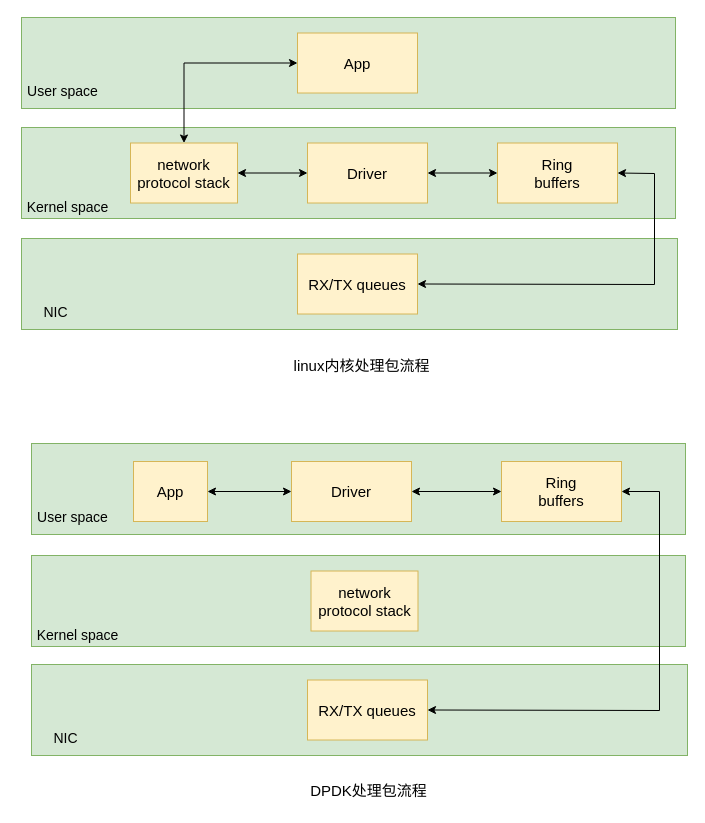
This is dpdk.drawio from imoceanking/drawio, a draw.io file, before an edit. Source tidied: cells renumbered, new cells numbered last; positions are measured from the earlier drawing's top-left corner, leaving out a move shared by most shapes. Both pictures are drawn from the tidied source at 100%, with x=0, y=0 at pixel (17, 17).
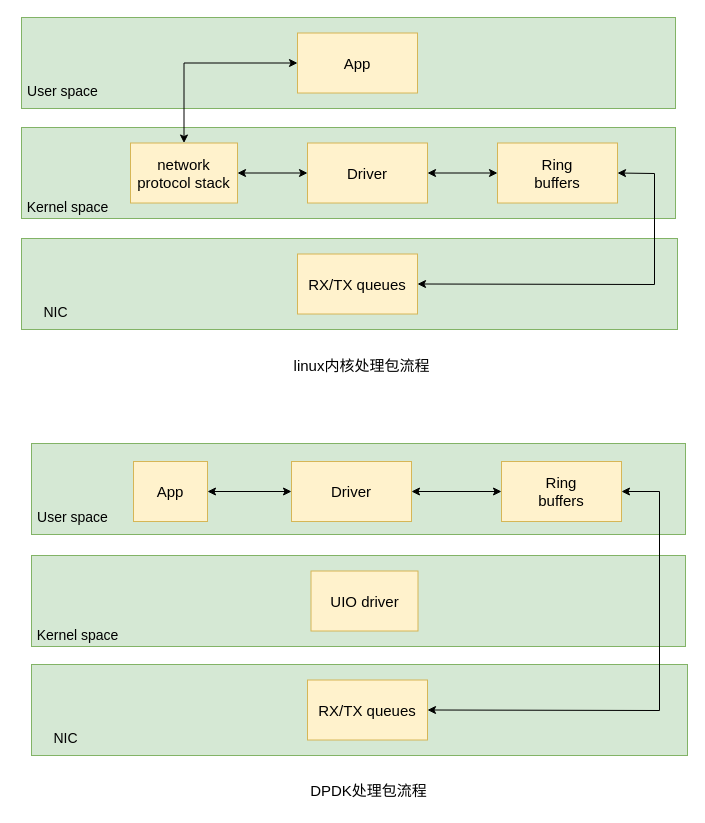
Above is the later version.

The edit, as a diff of the source:
```diff
@@
-    <mxCell id="27" value="network protocol stack" style="whiteSpace=wrap;html=1;fillColor=#fff2cc;strokeColor=#d6b656;fontSize=15;" parent="1" vertex="1">
+    <mxCell id="27" value="UIO driver" style="whiteSpace=wrap;html=1;fillColor=#fff2cc;strokeColor=#d6b656;fontSize=15;" parent="1" vertex="1">
       <mxGeometry x="293.5" y="553.5" width="107" height="60" as="geometry" />
     </mxCell>
```
